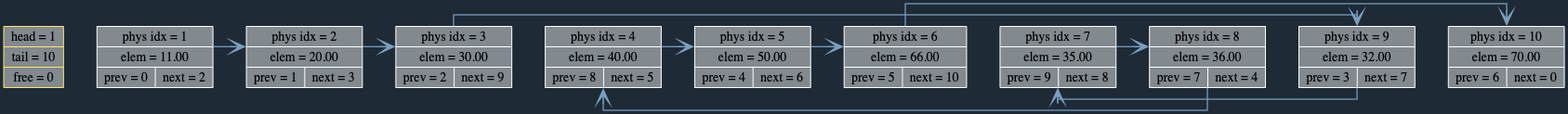
Earlier version of the Graphviz export l1_dump_new.png (margocat57/list). Its source is kept beside it as l1_dump_new.dot. The source it was exported from:
```dot
digraph G{
 rankdir=LR;
 splines=ortho;
 graph [bgcolor="#1E2A36"];
 info[shape="record", style="filled", fillcolor="#82898F", color = "#ffe766", label="head = 1 | tail = 10 | free = 0"];
 1[shape="record", style="filled", fillcolor="#82898F", color = "#FFFFFF", label="phys idx = 1 | elem = 11.00 | {prev = 0 | next = 2} "];
 2[shape="record", style="filled", fillcolor="#82898F", color = "#FFFFFF", label="phys idx = 2 | elem = 20.00 | {prev = 1 | next = 3} "];
 3[shape="record", style="filled", fillcolor="#82898F", color = "#FFFFFF", label="phys idx = 3 | elem = 30.00 | {prev = 2 | next = 9} "];
 4[shape="record", style="filled", fillcolor="#82898F", color = "#FFFFFF", label="phys idx = 4 | elem = 40.00 | {prev = 8 | next = 5} "];
 5[shape="record", style="filled", fillcolor="#82898F", color = "#FFFFFF", label="phys idx = 5 | elem = 50.00 | {prev = 4 | next = 6} "];
 6[shape="record", style="filled", fillcolor="#82898F", color = "#FFFFFF", label="phys idx = 6 | elem = 66.00 | {prev = 5 | next = 10} "];
 7[shape="record", style="filled", fillcolor="#82898F", color = "#FFFFFF", label="phys idx = 7 | elem = 35.00 | {prev = 9 | next = 8} "];
 8[shape="record", style="filled", fillcolor="#82898F", color = "#FFFFFF", label="phys idx = 8 | elem = 36.00 | {prev = 7 | next = 4} "];
 9[shape="record", style="filled", fillcolor="#82898F", color = "#FFFFFF", label="phys idx = 9 | elem = 32.00 | {prev = 3 | next = 7} "];
 10[shape="record", style="filled", fillcolor="#82898F", color = "#FFFFFF", label="phys idx = 10 | elem = 70.00 | {prev = 6 | next = 0} "];
 info -> 1 [style="invis", weight=500]
 1 -> 2 [style="invis", weight=500]
 2 -> 3 [style="invis", weight=500]
 3 -> 4 [style="invis", weight=500]
 4 -> 5 [style="invis", weight=500]
 5 -> 6 [style="invis", weight=500]
 6 -> 7 [style="invis", weight=500]
 7 -> 8 [style="invis", weight=500]
 8 -> 9 [style="invis", weight=500]
 9 -> 10 [style="invis", weight=500]
 1 -> 2 [arrowhead = "vee", color = "#79A0C1", penwidth = 1.25, arrowsize = 1.5]
 2 -> 3 [arrowhead = "vee", color = "#79A0C1", penwidth = 1.25, arrowsize = 1.5]
 3 -> 9 [arrowhead = "vee", color = "#79A0C1", penwidth = 1.25, arrowsize = 1.5]
 4 -> 5 [arrowhead = "vee", color = "#79A0C1", penwidth = 1.25, arrowsize = 1.5]
 5 -> 6 [arrowhead = "vee", color = "#79A0C1", penwidth = 1.25, arrowsize = 1.5]
 6 -> 10 [arrowhead = "vee", color = "#79A0C1", penwidth = 1.25, arrowsize = 1.5]
 7 -> 8 [arrowhead = "vee", color = "#79A0C1", penwidth = 1.25, arrowsize = 1.5]
 8 -> 4 [arrowhead = "vee", color = "#79A0C1", penwidth = 1.25, arrowsize = 1.5]
 9 -> 7 [arrowhead = "vee", color = "#79A0C1", penwidth = 1.25, arrowsize = 1.5]
}
```
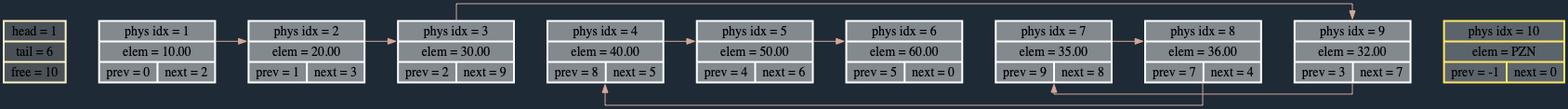
After the change.

Diff of the diagram source:
```diff
@@ -2,17 +2,17 @@
  rankdir=LR;
  splines=ortho;
  graph [bgcolor="#1E2A36"];
- info[shape="record", style="filled", fillcolor="#82898F", color = "#ffe766", label="head = 1 | tail = 10 | free = 0"];
- 1[shape="record", style="filled", fillcolor="#82898F", color = "#FFFFFF", label="phys idx = 1 | elem = 11.00 | {prev = 0 | next = 2} "];
- 2[shape="record", style="filled", fillcolor="#82898F", color = "#FFFFFF", label="phys idx = 2 | elem = 20.00 | {prev = 1 | next = 3} "];
- 3[shape="record", style="filled", fillcolor="#82898F", color = "#FFFFFF", label="phys idx = 3 | elem = 30.00 | {prev = 2 | next = 9} "];
- 4[shape="record", style="filled", fillcolor="#82898F", color = "#FFFFFF", label="phys idx = 4 | elem = 40.00 | {prev = 8 | next = 5} "];
- 5[shape="record", style="filled", fillcolor="#82898F", color = "#FFFFFF", label="phys idx = 5 | elem = 50.00 | {prev = 4 | next = 6} "];
- 6[shape="record", style="filled", fillcolor="#82898F", color = "#FFFFFF", label="phys idx = 6 | elem = 66.00 | {prev = 5 | next = 10} "];
- 7[shape="record", style="filled", fillcolor="#82898F", color = "#FFFFFF", label="phys idx = 7 | elem = 35.00 | {prev = 9 | next = 8} "];
- 8[shape="record", style="filled", fillcolor="#82898F", color = "#FFFFFF", label="phys idx = 8 | elem = 36.00 | {prev = 7 | next = 4} "];
- 9[shape="record", style="filled", fillcolor="#82898F", color = "#FFFFFF", label="phys idx = 9 | elem = 32.00 | {prev = 3 | next = 7} "];
- 10[shape="record", style="filled", fillcolor="#82898F", color = "#FFFFFF", label="phys idx = 10 | elem = 70.00 | {prev = 6 | next = 0} "];
+ info[shape="record", style="filled", fillcolor="#4A5257", color = "#FFF4CC", penwidth=2.0, label="head = 1 | tail = 6 | free = 10"];
+ 1[shape="record", style="filled", fillcolor="#82898F", color = "#FFFFFF", penwidth=2.0, label="phys idx = 1 | elem = 10.00 | {prev = 0 | next = 2}"];
+ 2[shape="record", style="filled", fillcolor="#82898F", color = "#FFFFFF", penwidth=2.0, label="phys idx = 2 | elem = 20.00 | {prev = 1 | next = 3}"];
+ 3[shape="record", style="filled", fillcolor="#82898F", color = "#FFFFFF", penwidth=2.0, label="phys idx = 3 | elem = 30.00 | {prev = 2 | next = 9}"];
+ 4[shape="record", style="filled", fillcolor="#82898F", color = "#FFFFFF", penwidth=2.0, label="phys idx = 4 | elem = 40.00 | {prev = 8 | next = 5}"];
+ 5[shape="record", style="filled", fillcolor="#82898F", color = "#FFFFFF", penwidth=2.0, label="phys idx = 5 | elem = 50.00 | {prev = 4 | next = 6}"];
+ 6[shape="record", style="filled", fillcolor="#82898F", color = "#FFFFFF", penwidth=2.0, label="phys idx = 6 | elem = 60.00 | {prev = 5 | next = 0}"];
+ 7[shape="record", style="filled", fillcolor="#82898F", color = "#FFFFFF", penwidth=2.0, label="phys idx = 7 | elem = 35.00 | {prev = 9 | next = 8}"];
+ 8[shape="record", style="filled", fillcolor="#82898F", color = "#FFFFFF", penwidth=2.0, label="phys idx = 8 | elem = 36.00 | {prev = 7 | next = 4}"];
+ 9[shape="record", style="filled", fillcolor="#82898F", color = "#FFFFFF", penwidth=2.0, label="phys idx = 9 | elem = 32.00 | {prev = 3 | next = 7}"];
+ 10[shape="record", style="filled", fillcolor="#5C646B", color = "#ffe766", penwidth=2.0, label="phys idx = 10 | elem = PZN | {prev = -1 | next = 0} "];
  info -> 1 [style="invis", weight=500]
  1 -> 2 [style="invis", weight=500]
  2 -> 3 [style="invis", weight=500]
@@ -22,14 +22,13 @@
  6 -> 7 [style="invis", weight=500]
  7 -> 8 [style="invis", weight=500]
  8 -> 9 [style="invis", weight=500]
- 9 -> 10 [style="invis", weight=500]
- 1 -> 2 [arrowhead = "vee", color = "#79A0C1", penwidth = 1.25, arrowsize = 1.5]
- 2 -> 3 [arrowhead = "vee", color = "#79A0C1", penwidth = 1.25, arrowsize = 1.5]
- 3 -> 9 [arrowhead = "vee", color = "#79A0C1", penwidth = 1.25, arrowsize = 1.5]
- 4 -> 5 [arrowhead = "vee", color = "#79A0C1", penwidth = 1.25, arrowsize = 1.5]
- 5 -> 6 [arrowhead = "vee", color = "#79A0C1", penwidth = 1.25, arrowsize = 1.5]
- 6 -> 10 [arrowhead = "vee", color = "#79A0C1", penwidth = 1.25, arrowsize = 1.5]
- 7 -> 8 [arrowhead = "vee", color = "#79A0C1", penwidth = 1.25, arrowsize = 1.5]
- 8 -> 4 [arrowhead = "vee", color = "#79A0C1", penwidth = 1.25, arrowsize = 1.5]
- 9 -> 7 [arrowhead = "vee", color = "#79A0C1", penwidth = 1.25, arrowsize = 1.5]
+ 9 -> 10 [style="invis", weight=1000]
+ 1 -> 2 [color = "#D4A798", penwidth = 1, arrowsize = 0.85]
+ 2 -> 3 [color = "#D4A798", penwidth = 1, arrowsize = 0.85]
+ 3 -> 9 [color = "#D4A798", penwidth = 1, arrowsize = 0.85]
+ 4 -> 5 [color = "#D4A798", penwidth = 1, arrowsize = 0.85]
+ 5 -> 6 [color = "#D4A798", penwidth = 1, arrowsize = 0.85]
+ 7 -> 8 [color = "#D4A798", penwidth = 1, arrowsize = 0.85]
+ 8 -> 4 [color = "#D4A798", penwidth = 1, arrowsize = 0.85]
+ 9 -> 7 [color = "#D4A798", penwidth = 1, arrowsize = 0.85]
 }
```
